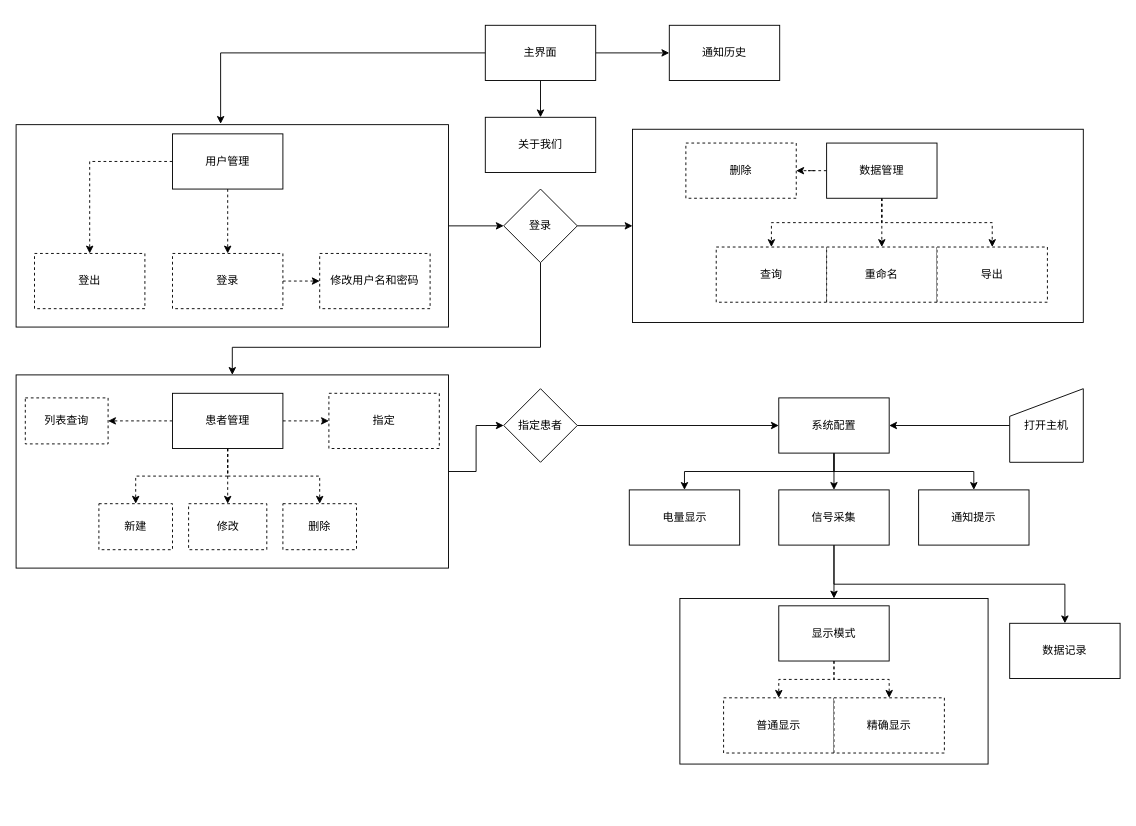
Above: 概念设计-组成模块层次结构图.drawio in yz360307/draw (draw.io), before the change. Source tidied: cells renumbered, new cells numbered last; positions are measured from the earlier drawing's top-left corner, leaving out a move shared by most shapes. Both pictures are drawn from the tidied source at 92%, with x=0, y=0 at pixel (16, 25).
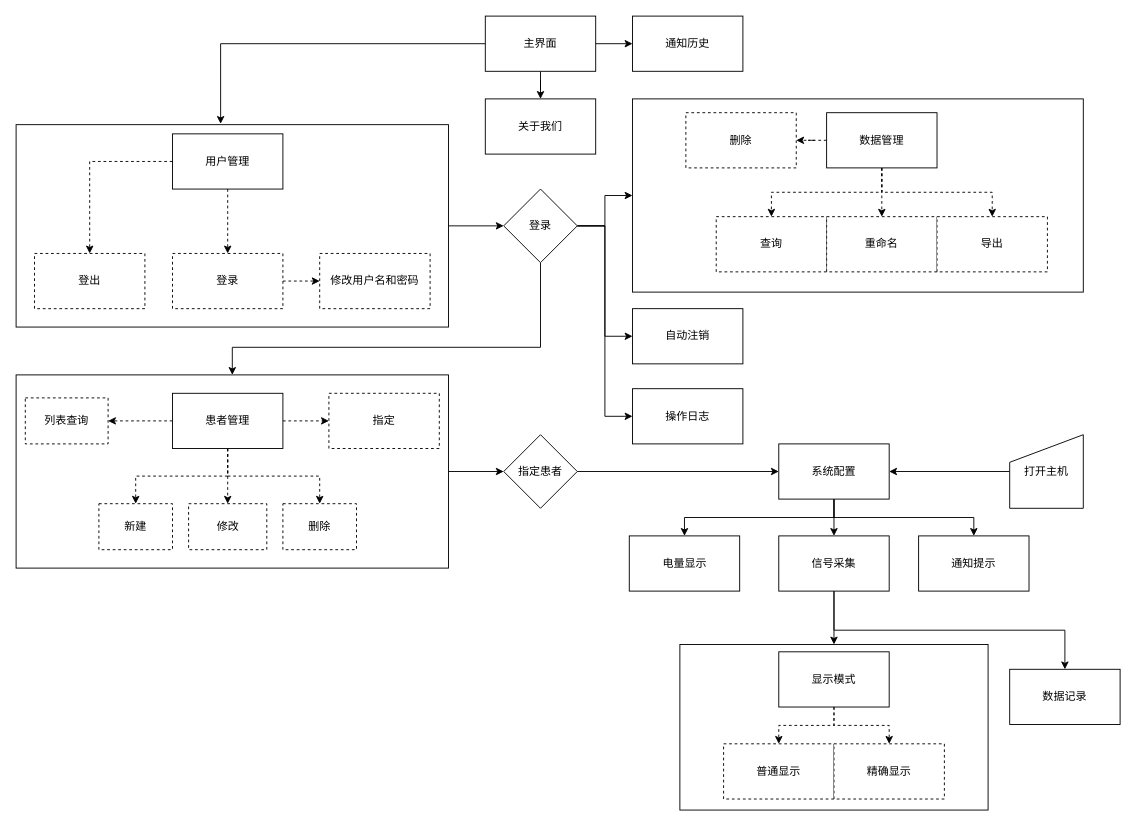
Above is the later version.

Commit message:
更新概念设计-组成模块层次结构图.drawio

Unchanged cells that the change refers to:
```xml
<mxCell id="57" value="登录" style="rhombus;whiteSpace=wrap;html=1;rounded=0;" parent="1" vertex="1">
  <mxGeometry x="530" y="178" width="80" height="80" as="geometry" />
</mxCell>
```

Change to the diagram source:
```diff
@@
-    <mxCell id="2" style="whiteSpace=wrap;html=1;rounded=0;" parent="1" vertex="1">
-      <mxGeometry x="721.5" y="623" width="335" height="180" as="geometry" />
-    </mxCell>
-    <mxCell id="3" style="whiteSpace=wrap;html=1;rounded=0;" parent="1" vertex="1">
-      <mxGeometry x="670" y="113" width="490" height="210" as="geometry" />
-    </mxCell>
+    <mxCell id="63" style="whiteSpace=wrap;html=1;rounded=0;" parent="1" vertex="1">
+      <mxGeometry x="721.5" y="673" width="335" height="180" as="geometry" />
+    </mxCell>
+    <mxCell id="64" style="whiteSpace=wrap;html=1;rounded=0;" parent="1" vertex="1">
+      <mxGeometry x="670" y="80" width="490" height="210" as="geometry" />
+    </mxCell>
@@
     <mxCell id="11" value="主界面" style="rounded=0;html=1;whiteSpace=wrap;" parent="1" vertex="1">
-      <mxGeometry x="510" width="120" height="60" as="geometry" />
+      <mxGeometry x="510" y="-10" width="120" height="60" as="geometry" />
     </mxCell>
@@
     <mxCell id="30" value="关于我们" style="whiteSpace=wrap;html=1;rounded=0;" parent="1" vertex="1">
-      <mxGeometry x="510" y="100" width="120" height="60" as="geometry" />
+      <mxGeometry x="510" y="80" width="120" height="60" as="geometry" />
     </mxCell>
@@
     <mxCell id="35" value="数据管理" style="rounded=0;whiteSpace=wrap;html=1;" parent="1" vertex="1">
-      <mxGeometry x="881" y="128" width="120" height="60" as="geometry" />
+      <mxGeometry x="881" y="95" width="120" height="60" as="geometry" />
     </mxCell>
     <mxCell id="36" value="删除" style="whiteSpace=wrap;html=1;rounded=0;dashed=1;" parent="1" vertex="1">
-      <mxGeometry x="728" y="128" width="120" height="60" as="geometry" />
+      <mxGeometry x="728" y="95" width="120" height="60" as="geometry" />
     </mxCell>
     <mxCell id="37" value="查询" style="whiteSpace=wrap;html=1;rounded=0;dashed=1;" parent="1" vertex="1">
-      <mxGeometry x="761" y="241" width="120" height="60" as="geometry" />
+      <mxGeometry x="761" y="208" width="120" height="60" as="geometry" />
     </mxCell>
     <mxCell id="38" value="重命名" style="whiteSpace=wrap;html=1;rounded=0;dashed=1;" parent="1" vertex="1">
-      <mxGeometry x="881" y="241" width="120" height="60" as="geometry" />
+      <mxGeometry x="881" y="208" width="120" height="60" as="geometry" />
     </mxCell>
     <mxCell id="39" value="导出" style="whiteSpace=wrap;html=1;rounded=0;dashed=1;" parent="1" vertex="1">
-      <mxGeometry x="1001" y="241" width="120" height="60" as="geometry" />
+      <mxGeometry x="1001" y="208" width="120" height="60" as="geometry" />
     </mxCell>
@@
     <mxCell id="43" value="系统配置" style="rounded=0;whiteSpace=wrap;html=1;" parent="1" vertex="1">
-      <mxGeometry x="829" y="405" width="120" height="60" as="geometry" />
+      <mxGeometry x="829" y="455" width="120" height="60" as="geometry" />
     </mxCell>
-    <mxCell id="44" style="edgeStyle=orthogonalEdgeStyle;rounded=0;jettySize=auto;html=1;" parent="1" edge="1" source="46" target="2">
-      <mxGeometry relative="1" as="geometry" />
-    </mxCell>
+    <mxCell id="65" style="edgeStyle=orthogonalEdgeStyle;rounded=0;jettySize=auto;html=1;" parent="1" edge="1" source="46" target="63">
+      <mxGeometry relative="1" as="geometry" />
+    </mxCell>
@@
     <mxCell id="46" value="信号采集" style="whiteSpace=wrap;html=1;rounded=0;" parent="1" vertex="1">
-      <mxGeometry x="829" y="505" width="120" height="60" as="geometry" />
+      <mxGeometry x="829" y="555" width="120" height="60" as="geometry" />
     </mxCell>
@@
     <mxCell id="49" value="显示模式" style="rounded=0;whiteSpace=wrap;html=1;" parent="1" vertex="1">
-      <mxGeometry x="829" y="631" width="120" height="60" as="geometry" />
+      <mxGeometry x="829" y="681" width="120" height="60" as="geometry" />
     </mxCell>
     <mxCell id="50" value="普通显示" style="whiteSpace=wrap;html=1;rounded=0;dashed=1;" parent="1" vertex="1">
-      <mxGeometry x="769" y="731" width="120" height="60" as="geometry" />
+      <mxGeometry x="769" y="781" width="120" height="60" as="geometry" />
     </mxCell>
     <mxCell id="51" value="精确显示" style="whiteSpace=wrap;html=1;rounded=0;dashed=1;" parent="1" vertex="1">
-      <mxGeometry x="889" y="731" width="120" height="60" as="geometry" />
+      <mxGeometry x="889" y="781" width="120" height="60" as="geometry" />
     </mxCell>
     <mxCell id="52" value="数据记录" style="whiteSpace=wrap;html=1;rounded=0;" parent="1" vertex="1">
-      <mxGeometry x="1080" y="650" width="120" height="60" as="geometry" />
+      <mxGeometry x="1080" y="700" width="120" height="60" as="geometry" />
     </mxCell>
     <mxCell id="53" value="通知提示" style="whiteSpace=wrap;html=1;rounded=0;" parent="1" vertex="1">
-      <mxGeometry x="981" y="505" width="120" height="60" as="geometry" />
+      <mxGeometry x="981" y="555" width="120" height="60" as="geometry" />
     </mxCell>
     <mxCell id="54" value="电量显示" style="whiteSpace=wrap;html=1;rounded=0;" parent="1" vertex="1">
-      <mxGeometry x="666.5" y="505" width="120" height="60" as="geometry" />
+      <mxGeometry x="666.5" y="555" width="120" height="60" as="geometry" />
     </mxCell>
-    <mxCell id="55" style="edgeStyle=orthogonalEdgeStyle;rounded=0;jettySize=auto;html=1;entryX=0;entryY=0.5;entryDx=0;entryDy=0;" parent="1" edge="1" source="57" target="3">
-      <mxGeometry relative="1" as="geometry" />
-    </mxCell>
+    <mxCell id="66" style="edgeStyle=orthogonalEdgeStyle;rounded=0;jettySize=auto;html=1;entryX=0;entryY=0.5;entryDx=0;entryDy=0;" parent="1" edge="1" source="57" target="64">
+      <mxGeometry relative="1" as="geometry" />
+    </mxCell>
@@
+    <mxCell id="67" style="edgeStyle=orthogonalEdgeStyle;rounded=0;jettySize=auto;html=1;entryX=0;entryY=0.5;entryDx=0;entryDy=0;" parent="1" edge="1" source="57" target="69">
+      <mxGeometry relative="1" as="geometry" />
+    </mxCell>
+    <mxCell id="68" style="edgeStyle=orthogonalEdgeStyle;rounded=0;jettySize=auto;html=1;entryX=0;entryY=0.5;entryDx=0;entryDy=0;" parent="1" edge="1" source="57" target="70">
+      <mxGeometry relative="1" as="geometry" />
+    </mxCell>
@@
     <mxCell id="59" value="指定患者" style="rhombus;whiteSpace=wrap;html=1;rounded=0;" parent="1" vertex="1">
-      <mxGeometry x="530" y="395" width="80" height="80" as="geometry" />
+      <mxGeometry x="530" y="445" width="80" height="80" as="geometry" />
     </mxCell>
@@
     <mxCell id="61" value="打开主机" style="shape=manualInput;whiteSpace=wrap;html=1;" parent="1" vertex="1">
-      <mxGeometry x="1080" y="395" width="80" height="80" as="geometry" />
+      <mxGeometry x="1080" y="445" width="80" height="80" as="geometry" />
     </mxCell>
     <mxCell id="62" value="通知历史" style="whiteSpace=wrap;html=1;rounded=0;" parent="1" vertex="1">
-      <mxGeometry x="710" width="120" height="60" as="geometry" />
+      <mxGeometry x="670" y="-10" width="120" height="60" as="geometry" />
     </mxCell>
+    <mxCell id="69" value="自动注销" style="whiteSpace=wrap;html=1;rounded=0;" parent="1" vertex="1">
+      <mxGeometry x="670" y="308" width="120" height="60" as="geometry" />
+    </mxCell>
+    <mxCell id="70" value="操作日志" style="whiteSpace=wrap;html=1;rounded=0;" parent="1" vertex="1">
+      <mxGeometry x="670" y="395" width="120" height="60" as="geometry" />
+    </mxCell>
```
